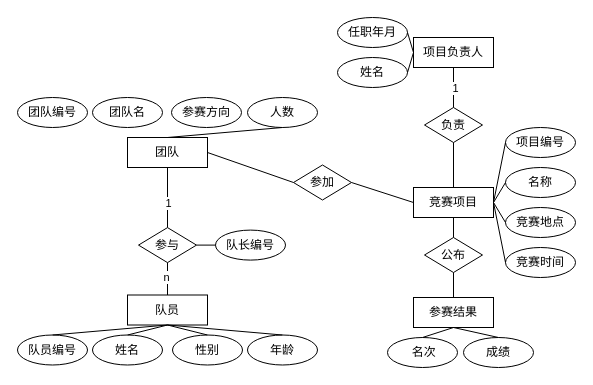
WFTGF2024/UML keeps this draw.io diagram as LessonUML/shijuan2.drawio. Above is the earlier version. Source tidied: cells renumbered, new cells numbered last; positions are measured from the earlier drawing's top-left corner, leaving out a move shared by most shapes. Both pictures are drawn from the tidied source at 100%, with x=0, y=0 at pixel (17, 17).
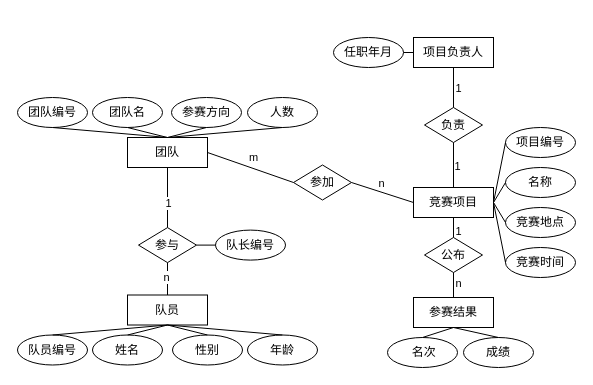
The same diagram, later.

The change refers to these unchanged cells:
```xml
<mxCell id="2" value="团队" style="rounded=0;whiteSpace=wrap;html=1;" parent="1" vertex="1">
  <mxGeometry x="110" y="120" width="80" height="30" as="geometry" />
</mxCell>
<mxCell id="3" value="团队编号" style="ellipse;whiteSpace=wrap;html=1;" parent="1" vertex="1">
  <mxGeometry y="80" width="70" height="30" as="geometry" />
</mxCell>
<mxCell id="4" value="团队名" style="ellipse;whiteSpace=wrap;html=1;" parent="1" vertex="1">
  <mxGeometry x="75" y="80" width="70" height="30" as="geometry" />
</mxCell>
<mxCell id="6" value="参赛方向" style="ellipse;whiteSpace=wrap;html=1;" parent="1" vertex="1">
  <mxGeometry x="154" y="80" width="70" height="30" as="geometry" />
</mxCell>
<mxCell id="17" value="项目负责人" style="rounded=0;whiteSpace=wrap;html=1;" parent="1" vertex="1">
  <mxGeometry x="396" y="20" width="80" height="30" as="geometry" />
</mxCell>
<mxCell id="33" style="endArrow=none;html=1;rounded=0;entryX=0.5;entryY=1;entryDx=0;entryDy=0;exitX=0.5;exitY=0;exitDx=0;exitDy=0;" parent="1" edge="1" source="24" target="17">
  <mxGeometry relative="1" as="geometry" />
</mxCell>
<mxCell id="36" style="endArrow=none;html=1;rounded=0;exitX=0.5;exitY=1;exitDx=0;exitDy=0;entryX=0.5;entryY=0;entryDx=0;entryDy=0;" parent="1" edge="1" source="26" target="20">
  <mxGeometry relative="1" as="geometry" />
</mxCell>
<mxCell id="37" style="endArrow=none;html=1;rounded=0;exitX=0.5;exitY=1;exitDx=0;exitDy=0;entryX=0.5;entryY=0;entryDx=0;entryDy=0;" parent="1" edge="1" source="12" target="26">
  <mxGeometry relative="1" as="geometry" />
</mxCell>
<mxCell id="42" style="endArrow=none;html=1;rounded=0;entryX=0.5;entryY=1;entryDx=0;entryDy=0;exitX=0.5;exitY=0;exitDx=0;exitDy=0;" parent="1" edge="1" source="12" target="24">
  <mxGeometry relative="1" as="geometry" />
</mxCell>
<mxCell id="50" style="endArrow=none;html=1;rounded=0;entryX=1;entryY=0.5;entryDx=0;entryDy=0;exitX=0;exitY=0.5;exitDx=0;exitDy=0;" parent="1" edge="1" source="25" target="2">
  <mxGeometry relative="1" as="geometry" />
</mxCell>
<mxCell id="51" style="endArrow=none;html=1;rounded=0;entryX=0;entryY=0.5;entryDx=0;entryDy=0;exitX=1;exitY=0.5;exitDx=0;exitDy=0;" parent="1" edge="1" source="25" target="12">
  <mxGeometry relative="1" as="geometry" />
</mxCell>
```

Change to the diagram source:
```diff
@@
     <mxCell id="18" value="任职年月" style="ellipse;whiteSpace=wrap;html=1;" parent="1" vertex="1">
-      <mxGeometry x="320" width="70" height="30" as="geometry" />
+      <mxGeometry x="316" y="20" width="70" height="30" as="geometry" />
     </mxCell>
-    <mxCell id="19" value="姓名" style="ellipse;whiteSpace=wrap;html=1;" parent="1" vertex="1">
-      <mxGeometry x="320" y="40" width="70" height="30" as="geometry" />
-    </mxCell>
@@
     <mxCell id="34" value="1" style="edgeLabel;html=1;align=center;verticalAlign=middle;" parent="33" vertex="1">
-      <mxGeometry y="-1" relative="1" as="geometry" />
+      <mxGeometry y="-1" relative="1" as="geometry">
+        <mxPoint x="3" as="offset" />
+      </mxGeometry>
     </mxCell>
@@
+    <mxCell id="53" value="n" style="edgeLabel;html=1;align=center;verticalAlign=middle;" parent="36" vertex="1">
+      <mxGeometry x="-0.22" y="1" relative="1" as="geometry">
+        <mxPoint x="3" as="offset" />
+      </mxGeometry>
+    </mxCell>
@@
+    <mxCell id="54" value="1" style="edgeLabel;html=1;align=center;verticalAlign=middle;" parent="37" vertex="1">
+      <mxGeometry x="0.08" y="1" relative="1" as="geometry">
+        <mxPoint x="3" y="2" as="offset" />
+      </mxGeometry>
+    </mxCell>
@@
-    <mxCell id="43" style="endArrow=none;html=1;rounded=0;exitX=0;exitY=0.5;exitDx=0;exitDy=0;entryX=1;entryY=0.5;entryDx=0;entryDy=0;" parent="1" edge="1" source="17" target="19">
-      <mxGeometry relative="1" as="geometry" />
-    </mxCell>
+    <mxCell id="55" value="1" style="edgeLabel;html=1;align=center;verticalAlign=middle;" parent="42" vertex="1">
+      <mxGeometry x="-0.01" y="-3" relative="1" as="geometry" />
+    </mxCell>
@@
+    <mxCell id="56" value="m" style="edgeLabel;html=1;align=center;verticalAlign=middle;" parent="50" vertex="1">
+      <mxGeometry x="-0.06" y="-1" relative="1" as="geometry">
+        <mxPoint y="-10" as="offset" />
+      </mxGeometry>
+    </mxCell>
@@
+    <mxCell id="57" value="n" style="edgeLabel;html=1;align=center;verticalAlign=middle;" parent="51" vertex="1">
+      <mxGeometry x="-0.09" y="4" relative="1" as="geometry">
+        <mxPoint y="-5" as="offset" />
+      </mxGeometry>
+    </mxCell>
@@
+    <mxCell id="58" style="endArrow=none;html=1;rounded=0;entryX=0.5;entryY=0;entryDx=0;entryDy=0;exitX=0.5;exitY=1;exitDx=0;exitDy=0;" parent="1" edge="1" source="6" target="2">
+      <mxGeometry relative="1" as="geometry" />
+    </mxCell>
+    <mxCell id="59" style="endArrow=none;html=1;rounded=0;exitX=0.5;exitY=0;exitDx=0;exitDy=0;entryX=0.5;entryY=1;entryDx=0;entryDy=0;" parent="1" edge="1" source="2" target="4">
+      <mxGeometry relative="1" as="geometry" />
+    </mxCell>
+    <mxCell id="60" style="endArrow=none;html=1;rounded=0;entryX=0.5;entryY=0;entryDx=0;entryDy=0;exitX=0.5;exitY=1;exitDx=0;exitDy=0;" parent="1" edge="1" source="3" target="2">
+      <mxGeometry relative="1" as="geometry" />
+    </mxCell>
```
